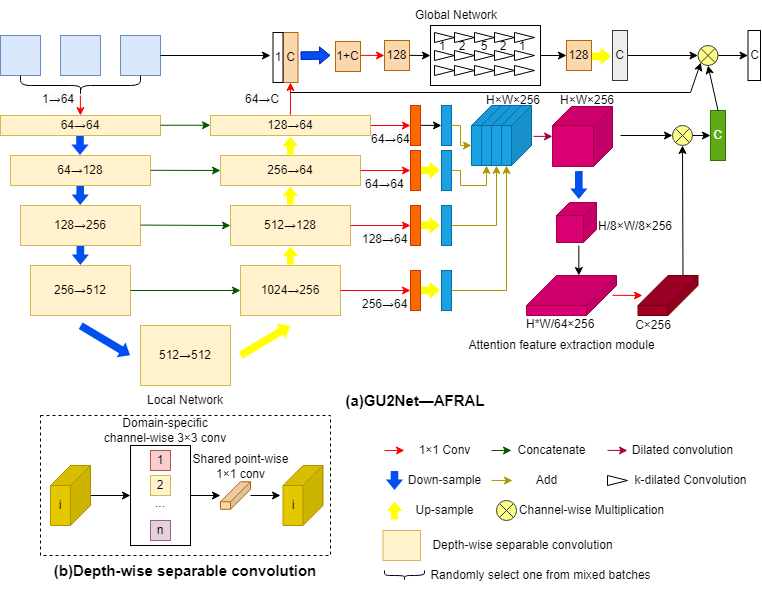
DemonH-p/self-study keeps this draw.io diagram as test.drawio.png. Above is the earlier version. Source tidied: cells renumbered, new cells last; positions are measured from the earlier drawing's top-left corner, leaving out a move shared by most shapes.
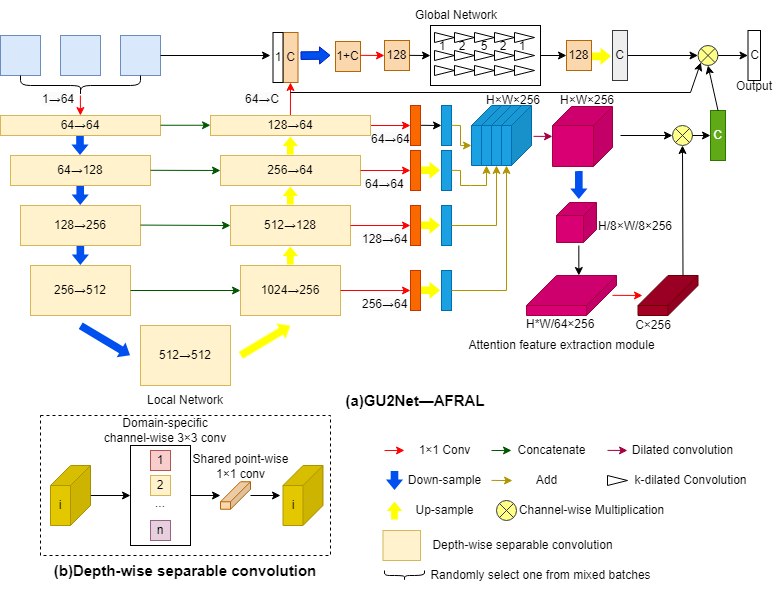
Later version of the same file.

Change to the diagram source:
```diff
@@ -654,5 +654,8 @@
         <mxPoint x="280" y="495" as="targetPoint" />
       </mxGeometry>
     </mxCell>
+    <mxCell id="159" value="Output" style="text;html=1;strokeColor=none;fillColor=none;align=center;verticalAlign=middle;whiteSpace=wrap;rounded=0;" parent="1" vertex="1">
+      <mxGeometry x="734.8" y="71" width="38" height="30" as="geometry" />
+    </mxCell>
   </root>
 </mxGraphModel>
```
